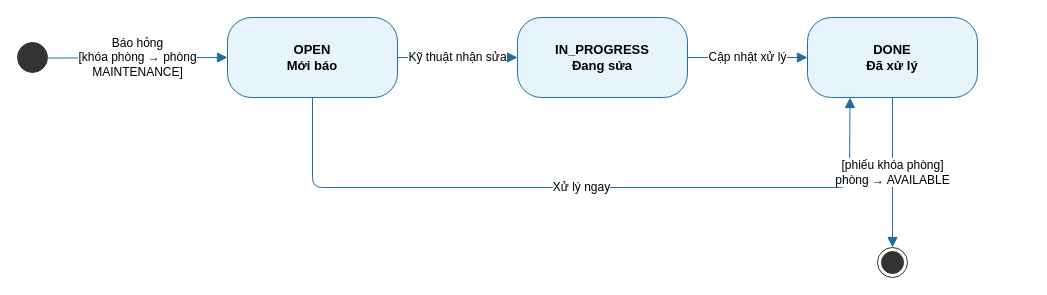
Before: docs/thiet-ke/tt-su-co-bao-tri.drawio in ngynquchn2511/beach-hotel, a draw.io diagram. Source tidied: cells renumbered, new cells numbered last; positions are measured from the earlier drawing's top-left corner, leaving out a move shared by most shapes. Both pictures are drawn from the tidied source at 100%, with x=0, y=0 at pixel (17, 17).
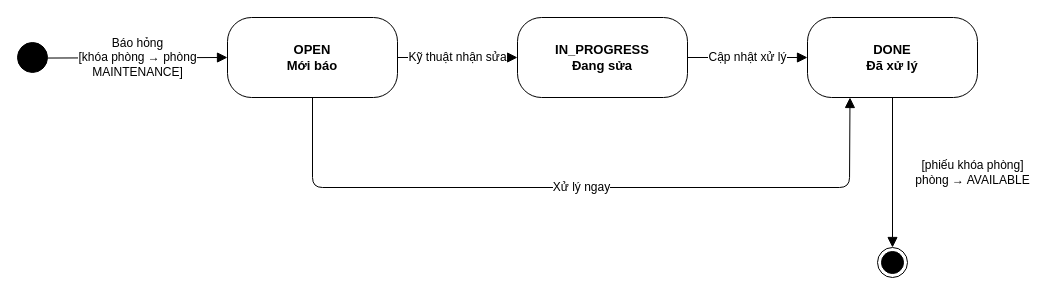
The same page after the edit.

The edit, as a diff of the source:
```diff
@@
 <mxGraphModel>
   <root>
     <mxCell id="0" />
     <mxCell id="1" parent="0" />
-    <mxCell id="2" style="ellipse;html=1;fillColor=#333333;strokeColor=#333333;" parent="1" vertex="1">
+    <mxCell id="2" style="ellipse;html=1;fillColor=#000000;strokeColor=#000000;" parent="1" vertex="1">
       <mxGeometry y="25" width="30" height="30" as="geometry" />
     </mxCell>
-    <mxCell id="3" value="OPEN&lt;br&gt;Mới báo" style="rounded=1;whiteSpace=wrap;html=1;arcSize=30;fillColor=#E8F4FB;strokeColor=#1F6E9C;fontSize=13;fontStyle=1;" parent="1" vertex="1">
+    <mxCell id="3" value="OPEN&lt;br&gt;Mới báo" style="rounded=1;whiteSpace=wrap;html=1;arcSize=30;fillColor=#FFFFFF;strokeColor=#000000;fontSize=13;fontStyle=1;" parent="1" vertex="1">
       <mxGeometry x="210" width="170" height="80" as="geometry" />
     </mxCell>
-    <mxCell id="4" value="IN_PROGRESS&lt;br&gt;Đang sửa" style="rounded=1;whiteSpace=wrap;html=1;arcSize=30;fillColor=#E8F4FB;strokeColor=#1F6E9C;fontSize=13;fontStyle=1;" parent="1" vertex="1">
+    <mxCell id="4" value="IN_PROGRESS&lt;br&gt;Đang sửa" style="rounded=1;whiteSpace=wrap;html=1;arcSize=30;fillColor=#FFFFFF;strokeColor=#000000;fontSize=13;fontStyle=1;" parent="1" vertex="1">
       <mxGeometry x="500" width="170" height="80" as="geometry" />
     </mxCell>
-    <mxCell id="5" value="DONE&lt;br&gt;Đã xử lý" style="rounded=1;whiteSpace=wrap;html=1;arcSize=30;fillColor=#E8F4FB;strokeColor=#1F6E9C;fontSize=13;fontStyle=1;" parent="1" vertex="1">
+    <mxCell id="5" value="DONE&lt;br&gt;Đã xử lý" style="rounded=1;whiteSpace=wrap;html=1;arcSize=30;fillColor=#FFFFFF;strokeColor=#000000;fontSize=13;fontStyle=1;" parent="1" vertex="1">
       <mxGeometry x="790" width="170" height="80" as="geometry" />
     </mxCell>
-    <mxCell id="6" style="ellipse;html=1;shape=endState;fillColor=#333333;strokeColor=#333333;" parent="1" vertex="1">
+    <mxCell id="6" style="ellipse;html=1;shape=endState;fillColor=#000000;strokeColor=#000000;" parent="1" vertex="1">
       <mxGeometry x="860" y="230" width="30" height="30" as="geometry" />
     </mxCell>
-    <mxCell id="7" value="Báo hỏng&lt;br&gt;[khóa phòng → phòng&lt;br&gt;MAINTENANCE]" style="html=1;endArrow=block;endFill=1;endSize=8;strokeColor=#1F6E9C;fontSize=12;labelBackgroundColor=#FFFFFF;" parent="1" edge="1" source="2" target="3">
+    <mxCell id="7" value="Báo hỏng&lt;br&gt;[khóa phòng → phòng&lt;br&gt;MAINTENANCE]" style="html=1;endArrow=block;endFill=1;endSize=8;strokeColor=#000000;fontSize=12;labelBackgroundColor=#FFFFFF;" parent="1" edge="1" source="2" target="3">
       <mxGeometry relative="1" as="geometry" />
     </mxCell>
-    <mxCell id="8" value="Kỹ thuật nhận sửa" style="html=1;endArrow=block;endFill=1;endSize=8;strokeColor=#1F6E9C;fontSize=12;labelBackgroundColor=#FFFFFF;" parent="1" edge="1" source="3" target="4">
+    <mxCell id="8" value="Kỹ thuật nhận sửa" style="html=1;endArrow=block;endFill=1;endSize=8;strokeColor=#000000;fontSize=12;labelBackgroundColor=#FFFFFF;" parent="1" edge="1" source="3" target="4">
       <mxGeometry relative="1" as="geometry" />
     </mxCell>
-    <mxCell id="9" value="Cập nhật xử lý" style="html=1;endArrow=block;endFill=1;endSize=8;strokeColor=#1F6E9C;fontSize=12;labelBackgroundColor=#FFFFFF;" parent="1" edge="1" source="4" target="5">
+    <mxCell id="9" value="Cập nhật xử lý" style="html=1;endArrow=block;endFill=1;endSize=8;strokeColor=#000000;fontSize=12;labelBackgroundColor=#FFFFFF;" parent="1" edge="1" source="4" target="5">
       <mxGeometry relative="1" as="geometry" />
     </mxCell>
-    <mxCell id="10" value="Xử lý ngay" style="html=1;endArrow=block;endFill=1;endSize=8;strokeColor=#1F6E9C;fontSize=12;labelBackgroundColor=#FFFFFF;exitX=0.5;exitY=1;exitDx=0;exitDy=0;entryX=0.25;entryY=1;entryDx=0;entryDy=0;" parent="1" edge="1" source="3" target="5">
+    <mxCell id="10" value="Xử lý ngay" style="html=1;endArrow=block;endFill=1;endSize=8;strokeColor=#000000;fontSize=12;labelBackgroundColor=#FFFFFF;exitX=0.5;exitY=1;exitDx=0;exitDy=0;entryX=0.25;entryY=1;entryDx=0;entryDy=0;" parent="1" edge="1" source="3" target="5">
       <mxGeometry relative="1" as="geometry">
         <Array as="points">
           <mxPoint x="295" y="170" />
           <mxPoint x="832" y="170" />
         </Array>
       </mxGeometry>
     </mxCell>
-    <mxCell id="11" value="[phiếu khóa phòng]&lt;br&gt;phòng → AVAILABLE" style="html=1;endArrow=block;endFill=1;endSize=8;strokeColor=#1F6E9C;fontSize=12;labelBackgroundColor=#FFFFFF;" parent="1" edge="1" source="5" target="6">
-      <mxGeometry relative="1" as="geometry" />
+    <mxCell id="11" value="[phiếu khóa phòng]&lt;br&gt;phòng → AVAILABLE" style="html=1;endArrow=block;endFill=1;endSize=8;strokeColor=#000000;fontSize=12;labelBackgroundColor=#FFFFFF;" parent="1" edge="1" source="5" target="6">
+      <mxGeometry relative="1" as="geometry">
+        <mxPoint x="80" as="offset" />
+      </mxGeometry>
     </mxCell>
   </root>
 </mxGraphModel>
```
